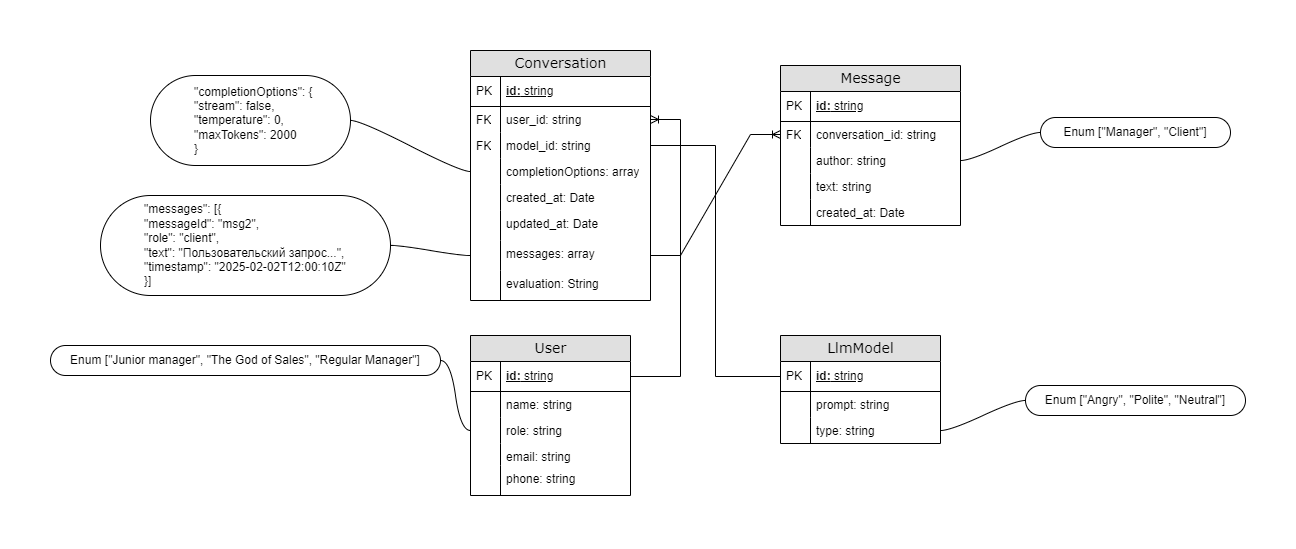
MikhaelKreslavskii/manager-trainee keeps this draw.io diagram as Docs/Diagrams/ER-diagram DB.png. Above is the earlier version. Source tidied: cells renumbered, new cells last; positions are measured from the earlier drawing's top-left corner, leaving out a move shared by most shapes.
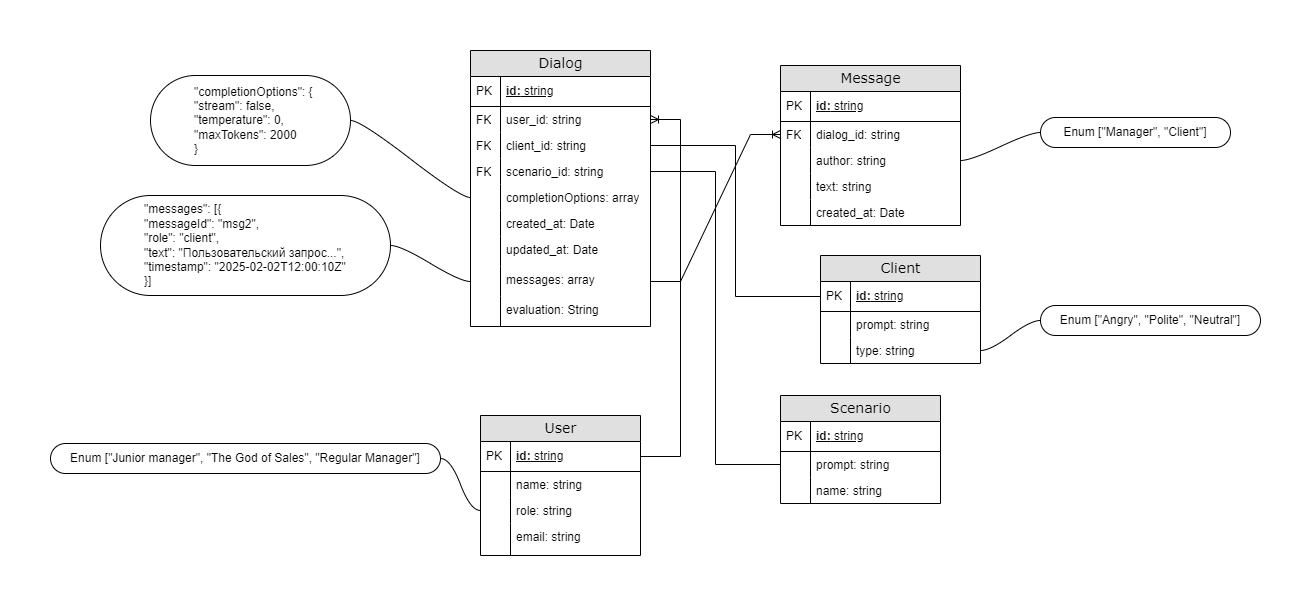
Above is the later version.

Commit message:
Updated ERD. Added new entities

The edit, as a diff of the source:
```diff
@@ -2,8 +2,8 @@
   <root>
     <mxCell id="0" />
     <mxCell id="1" parent="0" />
-    <mxCell id="2" value="Conversation" style="swimlane;html=1;fontStyle=0;horizontal=1;startSize=26;fillColor=#e0e0e0;swimlaneFillColor=#ffffff;align=center;rounded=0;shadow=0;comic=0;labelBackgroundColor=none;strokeWidth=1;fontFamily=Verdana;fontSize=14;" parent="1" vertex="1">
-      <mxGeometry x="420" width="180" height="250" as="geometry" />
+    <mxCell id="2" value="Dialog" style="swimlane;html=1;fontStyle=0;horizontal=1;startSize=26;fillColor=#e0e0e0;swimlaneFillColor=#ffffff;align=center;rounded=0;shadow=0;comic=0;labelBackgroundColor=none;strokeWidth=1;fontFamily=Verdana;fontSize=14;" parent="1" vertex="1">
+      <mxGeometry x="420" width="180" height="276" as="geometry" />
     </mxCell>
     <mxCell id="3" value="id:&lt;span style=&quot;font-weight: normal;&quot;&gt; string&lt;/span&gt;" style="shape=partialRectangle;top=0;left=0;right=0;bottom=1;html=1;align=left;verticalAlign=middle;fillColor=none;spacingLeft=34;spacingRight=4;whiteSpace=wrap;overflow=hidden;fontStyle=5;" parent="2" vertex="1">
       <mxGeometry y="26" width="180" height="30" as="geometry" />
@@ -17,38 +17,44 @@
     <mxCell id="6" value="FK" style="shape=partialRectangle;top=0;left=0;bottom=0;html=1;fillColor=none;align=left;verticalAlign=top;spacingLeft=4;spacingRight=4;whiteSpace=wrap;overflow=hidden;" parent="5" vertex="1">
       <mxGeometry width="30" height="26" as="geometry" />
     </mxCell>
-    <mxCell id="7" value="model_id: string" style="shape=partialRectangle;top=0;left=0;right=0;bottom=0;html=1;align=left;verticalAlign=top;fillColor=none;spacingLeft=34;spacingRight=4;whiteSpace=wrap;overflow=hidden;points=[[0,0.5],[1,0.5]];portConstraint=eastwest;" parent="2" vertex="1">
+    <mxCell id="7" value="client_id: string" style="shape=partialRectangle;top=0;left=0;right=0;bottom=0;html=1;align=left;verticalAlign=top;fillColor=none;spacingLeft=34;spacingRight=4;whiteSpace=wrap;overflow=hidden;points=[[0,0.5],[1,0.5]];portConstraint=eastwest;" parent="2" vertex="1">
       <mxGeometry y="82" width="180" height="26" as="geometry" />
     </mxCell>
     <mxCell id="8" value="FK" style="shape=partialRectangle;top=0;left=0;bottom=0;html=1;fillColor=none;align=left;verticalAlign=top;spacingLeft=4;spacingRight=4;whiteSpace=wrap;overflow=hidden;" parent="7" vertex="1">
       <mxGeometry width="30" height="26" as="geometry" />
     </mxCell>
+    <mxCell id="61" value="scenario_id: string" style="shape=partialRectangle;top=0;left=0;right=0;bottom=0;html=1;align=left;verticalAlign=top;fillColor=none;spacingLeft=34;spacingRight=4;whiteSpace=wrap;overflow=hidden;points=[[0,0.5],[1,0.5]];portConstraint=eastwest;" parent="2" vertex="1">
+      <mxGeometry y="108" width="180" height="26" as="geometry" />
+    </mxCell>
+    <mxCell id="62" value="FK" style="shape=partialRectangle;top=0;left=0;bottom=0;html=1;fillColor=none;align=left;verticalAlign=top;spacingLeft=4;spacingRight=4;whiteSpace=wrap;overflow=hidden;" parent="61" vertex="1">
+      <mxGeometry width="30" height="26" as="geometry" />
+    </mxCell>
     <mxCell id="9" value="completionOptions: array" style="shape=partialRectangle;top=0;left=0;right=0;bottom=0;html=1;align=left;verticalAlign=top;fillColor=none;spacingLeft=34;spacingRight=4;whiteSpace=wrap;overflow=hidden;points=[[0,0.5],[1,0.5]];portConstraint=eastwest;" parent="2" vertex="1">
-      <mxGeometry y="108" width="180" height="26" as="geometry" />
+      <mxGeometry y="134" width="180" height="26" as="geometry" />
     </mxCell>
     <mxCell id="10" style="shape=partialRectangle;top=0;left=0;bottom=0;html=1;fillColor=none;align=left;verticalAlign=top;spacingLeft=4;spacingRight=4;whiteSpace=wrap;overflow=hidden;" parent="9" vertex="1">
       <mxGeometry width="30" height="26" as="geometry" />
     </mxCell>
     <mxCell id="11" value="created_at: Date" style="shape=partialRectangle;top=0;left=0;right=0;bottom=0;html=1;align=left;verticalAlign=top;fillColor=none;spacingLeft=34;spacingRight=4;whiteSpace=wrap;overflow=hidden;" parent="2" vertex="1">
-      <mxGeometry y="134" width="180" height="26" as="geometry" />
+      <mxGeometry y="160" width="180" height="26" as="geometry" />
     </mxCell>
     <mxCell id="12" style="shape=partialRectangle;top=0;left=0;bottom=0;html=1;fillColor=none;align=left;verticalAlign=top;spacingLeft=4;spacingRight=4;whiteSpace=wrap;overflow=hidden;" parent="11" vertex="1">
       <mxGeometry width="30" height="26" as="geometry" />
     </mxCell>
     <mxCell id="13" value="updated_at: Date" style="shape=partialRectangle;top=0;left=0;right=0;bottom=0;html=1;align=left;verticalAlign=top;fillColor=none;spacingLeft=34;spacingRight=4;whiteSpace=wrap;overflow=hidden;" parent="2" vertex="1">
-      <mxGeometry y="160" width="180" height="30" as="geometry" />
+      <mxGeometry y="186" width="180" height="30" as="geometry" />
     </mxCell>
     <mxCell id="14" style="shape=partialRectangle;top=0;left=0;bottom=0;html=1;fillColor=none;align=left;verticalAlign=top;spacingLeft=4;spacingRight=4;whiteSpace=wrap;overflow=hidden;" parent="13" vertex="1">
       <mxGeometry width="30" height="30" as="geometry" />
     </mxCell>
     <mxCell id="15" value="messages: array" style="shape=partialRectangle;top=0;left=0;right=0;bottom=0;html=1;align=left;verticalAlign=top;fillColor=none;spacingLeft=34;spacingRight=4;whiteSpace=wrap;overflow=hidden;points=[[0,0.5],[1,0.5]];portConstraint=eastwest;" parent="2" vertex="1">
-      <mxGeometry y="190" width="180" height="30" as="geometry" />
+      <mxGeometry y="216" width="180" height="30" as="geometry" />
     </mxCell>
     <mxCell id="16" style="shape=partialRectangle;top=0;left=0;bottom=0;html=1;fillColor=none;align=left;verticalAlign=top;spacingLeft=4;spacingRight=4;whiteSpace=wrap;overflow=hidden;" parent="15" vertex="1">
       <mxGeometry width="30" height="30" as="geometry" />
     </mxCell>
     <mxCell id="17" value="evaluation: String" style="shape=partialRectangle;top=0;left=0;right=0;bottom=0;html=1;align=left;verticalAlign=top;fillColor=none;spacingLeft=34;spacingRight=4;whiteSpace=wrap;overflow=hidden;" parent="2" vertex="1">
-      <mxGeometry y="220" width="180" height="30" as="geometry" />
+      <mxGeometry y="246" width="180" height="30" as="geometry" />
     </mxCell>
     <mxCell id="18" style="shape=partialRectangle;top=0;left=0;bottom=0;html=1;fillColor=none;align=left;verticalAlign=top;spacingLeft=4;spacingRight=4;whiteSpace=wrap;overflow=hidden;" parent="17" vertex="1">
       <mxGeometry width="30" height="30" as="geometry" />
@@ -62,7 +68,7 @@
     <mxCell id="21" value="PK" style="shape=partialRectangle;top=0;left=0;bottom=0;html=1;fillColor=none;align=left;verticalAlign=middle;spacingLeft=4;spacingRight=4;whiteSpace=wrap;overflow=hidden;" parent="20" vertex="1">
       <mxGeometry width="30" height="30" as="geometry" />
     </mxCell>
-    <mxCell id="22" value="conversation_id: string" style="shape=partialRectangle;top=0;left=0;right=0;bottom=0;html=1;align=left;verticalAlign=top;fillColor=none;spacingLeft=34;spacingRight=4;whiteSpace=wrap;overflow=hidden;points=[[0,0.5],[1,0.5]];portConstraint=eastwest;" parent="19" vertex="1">
+    <mxCell id="22" value="dialog_id: string" style="shape=partialRectangle;top=0;left=0;right=0;bottom=0;html=1;align=left;verticalAlign=top;fillColor=none;spacingLeft=34;spacingRight=4;whiteSpace=wrap;overflow=hidden;points=[[0,0.5],[1,0.5]];portConstraint=eastwest;" parent="19" vertex="1">
       <mxGeometry y="56" width="180" height="26" as="geometry" />
     </mxCell>
     <mxCell id="23" value="FK" style="shape=partialRectangle;top=0;left=0;bottom=0;html=1;fillColor=none;align=left;verticalAlign=top;spacingLeft=4;spacingRight=4;whiteSpace=wrap;overflow=hidden;" parent="22" vertex="1">
@@ -90,7 +96,7 @@
       <mxGeometry relative="1" as="geometry" />
     </mxCell>
     <mxCell id="31" value="User" style="swimlane;html=1;fontStyle=0;horizontal=1;startSize=26;fillColor=#e0e0e0;swimlaneFillColor=#ffffff;align=center;rounded=0;shadow=0;comic=0;labelBackgroundColor=none;strokeWidth=1;fontFamily=Verdana;fontSize=14;" parent="1" vertex="1">
-      <mxGeometry x="420" y="285" width="160" height="160" as="geometry" />
+      <mxGeometry x="430" y="365" width="160" height="140" as="geometry" />
     </mxCell>
     <mxCell id="32" value="id:&lt;span style=&quot;font-weight: normal;&quot;&gt; string&lt;/span&gt;" style="shape=partialRectangle;top=0;left=0;right=0;bottom=1;html=1;align=left;verticalAlign=middle;fillColor=none;spacingLeft=34;spacingRight=4;whiteSpace=wrap;overflow=hidden;points=[[0,0.5],[1,0.5]];portConstraint=eastwest;fontStyle=5;" parent="31" vertex="1">
       <mxGeometry y="26" width="160" height="30" as="geometry" />
@@ -111,17 +117,11 @@
       <mxGeometry width="30" height="26" as="geometry" />
     </mxCell>
     <mxCell id="38" value="email: string" style="shape=partialRectangle;top=0;left=0;right=0;bottom=0;html=1;align=left;verticalAlign=top;fillColor=none;spacingLeft=34;spacingRight=4;whiteSpace=wrap;overflow=hidden;" parent="31" vertex="1">
-      <mxGeometry y="108" width="160" height="22" as="geometry" />
+      <mxGeometry y="108" width="160" height="32" as="geometry" />
     </mxCell>
     <mxCell id="39" style="shape=partialRectangle;top=0;left=0;bottom=0;html=1;fillColor=none;align=left;verticalAlign=top;spacingLeft=4;spacingRight=4;whiteSpace=wrap;overflow=hidden;" parent="38" vertex="1">
-      <mxGeometry width="30" height="22" as="geometry" />
+      <mxGeometry width="30" height="32" as="geometry" />
     </mxCell>
-    <mxCell id="40" value="phone: string" style="shape=partialRectangle;top=0;left=0;right=0;bottom=0;html=1;align=left;verticalAlign=top;fillColor=none;spacingLeft=34;spacingRight=4;whiteSpace=wrap;overflow=hidden;" parent="31" vertex="1">
-      <mxGeometry y="130" width="160" height="30" as="geometry" />
-    </mxCell>
-    <mxCell id="41" style="shape=partialRectangle;top=0;left=0;bottom=0;html=1;fillColor=none;align=left;verticalAlign=top;spacingLeft=4;spacingRight=4;whiteSpace=wrap;overflow=hidden;" parent="40" vertex="1">
-      <mxGeometry width="30" height="30" as="geometry" />
-    </mxCell>
     <mxCell id="42" style="edgeStyle=entityRelationEdgeStyle;fontSize=12;html=1;endArrow=ERoneToMany;rounded=0;" parent="1" edge="1" source="32" target="5">
       <mxGeometry relative="1" as="geometry">
         <Array as="points">
@@ -139,7 +139,7 @@
       </mxGeometry>
     </mxCell>
     <mxCell id="43" value="Enum [&quot;Junior manager&quot;, &quot;&lt;span style=&quot;white-space-collapse: preserve;&quot;&gt;The &lt;/span&gt;&lt;span style=&quot;white-space-collapse: preserve;&quot; class=&quot;EzKURWReUAB5oZgtQNkl&quot;&gt;God&lt;/span&gt;&lt;span style=&quot;white-space-collapse: preserve;&quot;&gt; of &lt;/span&gt;&lt;span style=&quot;white-space-collapse: preserve;&quot; class=&quot;EzKURWReUAB5oZgtQNkl&quot;&gt;Sales&lt;/span&gt;&quot;, &quot;Regular Manager&lt;span style=&quot;background-color: transparent; color: light-dark(rgb(0, 0, 0), rgb(255, 255, 255));&quot;&gt;&quot;]&lt;/span&gt;" style="whiteSpace=wrap;html=1;rounded=1;arcSize=50;align=center;verticalAlign=middle;strokeWidth=1;spacing=4;newEdgeStyle={&quot;edgeStyle&quot;:&quot;entityRelationEdgeStyle&quot;,&quot;startArrow&quot;:&quot;none&quot;,&quot;endArrow&quot;:&quot;none&quot;,&quot;segment&quot;:10,&quot;curved&quot;:1,&quot;sourcePerimeterSpacing&quot;:0,&quot;targetPerimeterSpacing&quot;:0};" parent="1" vertex="1">
-      <mxGeometry y="295" width="390" height="30" as="geometry" />
+      <mxGeometry y="393" width="390" height="30" as="geometry" />
     </mxCell>
     <mxCell id="44" style="edgeStyle=entityRelationEdgeStyle;startArrow=none;endArrow=none;segment=10;curved=1;sourcePerimeterSpacing=0;targetPerimeterSpacing=0;rounded=0;" parent="1" edge="1" source="36" target="43">
       <mxGeometry relative="1" as="geometry" />
@@ -166,8 +166,8 @@
     <mxCell id="50" value="Enum [&quot;Manager&quot;, &quot;Client&quot;]" style="whiteSpace=wrap;html=1;rounded=1;arcSize=50;align=center;verticalAlign=middle;strokeWidth=1;spacing=4;newEdgeStyle={&quot;edgeStyle&quot;:&quot;entityRelationEdgeStyle&quot;,&quot;startArrow&quot;:&quot;none&quot;,&quot;endArrow&quot;:&quot;none&quot;,&quot;segment&quot;:10,&quot;curved&quot;:1,&quot;sourcePerimeterSpacing&quot;:0,&quot;targetPerimeterSpacing&quot;:0};" parent="1" vertex="1">
       <mxGeometry x="990" y="67" width="190" height="30" as="geometry" />
     </mxCell>
-    <mxCell id="51" value="LlmModel" style="swimlane;html=1;fontStyle=0;horizontal=1;startSize=26;fillColor=#e0e0e0;swimlaneFillColor=#ffffff;align=center;rounded=0;shadow=0;comic=0;labelBackgroundColor=none;strokeWidth=1;fontFamily=Verdana;fontSize=14;" parent="1" vertex="1">
-      <mxGeometry x="730" y="285" width="160" height="108" as="geometry" />
+    <mxCell id="51" value="Client" style="swimlane;html=1;fontStyle=0;horizontal=1;startSize=26;fillColor=#e0e0e0;swimlaneFillColor=#ffffff;align=center;rounded=0;shadow=0;comic=0;labelBackgroundColor=none;strokeWidth=1;fontFamily=Verdana;fontSize=14;" parent="1" vertex="1">
+      <mxGeometry x="770" y="205" width="160" height="108" as="geometry" />
     </mxCell>
     <mxCell id="52" value="id:&lt;span style=&quot;font-weight: normal;&quot;&gt; string&lt;/span&gt;" style="shape=partialRectangle;top=0;left=0;right=0;bottom=1;html=1;align=left;verticalAlign=middle;fillColor=none;spacingLeft=34;spacingRight=4;whiteSpace=wrap;overflow=hidden;points=[[0,0.5],[1,0.5]];portConstraint=eastwest;fontStyle=5;" parent="51" vertex="1">
       <mxGeometry y="26" width="160" height="30" as="geometry" />
@@ -194,7 +194,31 @@
       <mxGeometry relative="1" as="geometry" />
     </mxCell>
     <mxCell id="60" value="Enum [&quot;Angry&quot;, &quot;Polite&quot;, &quot;Neutral&quot;]" style="whiteSpace=wrap;html=1;rounded=1;arcSize=50;align=center;verticalAlign=middle;strokeWidth=1;spacing=4;newEdgeStyle={&quot;edgeStyle&quot;:&quot;entityRelationEdgeStyle&quot;,&quot;startArrow&quot;:&quot;none&quot;,&quot;endArrow&quot;:&quot;none&quot;,&quot;segment&quot;:10,&quot;curved&quot;:1,&quot;sourcePerimeterSpacing&quot;:0,&quot;targetPerimeterSpacing&quot;:0};" parent="1" vertex="1">
-      <mxGeometry x="975" y="335" width="220" height="30" as="geometry" />
+      <mxGeometry x="990" y="255" width="220" height="30" as="geometry" />
     </mxCell>
+    <mxCell id="63" value="Scenario" style="swimlane;html=1;fontStyle=0;horizontal=1;startSize=26;fillColor=#e0e0e0;swimlaneFillColor=#ffffff;align=center;rounded=0;shadow=0;comic=0;labelBackgroundColor=none;strokeWidth=1;fontFamily=Verdana;fontSize=14;" parent="1" vertex="1">
+      <mxGeometry x="730" y="345" width="160" height="108" as="geometry" />
+    </mxCell>
+    <mxCell id="64" value="id:&lt;span style=&quot;font-weight: normal;&quot;&gt; string&lt;/span&gt;" style="shape=partialRectangle;top=0;left=0;right=0;bottom=1;html=1;align=left;verticalAlign=middle;fillColor=none;spacingLeft=34;spacingRight=4;whiteSpace=wrap;overflow=hidden;fontStyle=5;" parent="63" vertex="1">
+      <mxGeometry y="26" width="160" height="30" as="geometry" />
+    </mxCell>
+    <mxCell id="65" value="PK" style="shape=partialRectangle;top=0;left=0;bottom=0;html=1;fillColor=none;align=left;verticalAlign=middle;spacingLeft=4;spacingRight=4;whiteSpace=wrap;overflow=hidden;" parent="64" vertex="1">
+      <mxGeometry width="30" height="30" as="geometry" />
+    </mxCell>
+    <mxCell id="66" value="prompt: string" style="shape=partialRectangle;top=0;left=0;right=0;bottom=0;html=1;align=left;verticalAlign=top;fillColor=none;spacingLeft=34;spacingRight=4;whiteSpace=wrap;overflow=hidden;points=[[0,0.5],[1,0.5]];portConstraint=eastwest;" parent="63" vertex="1">
+      <mxGeometry y="56" width="160" height="26" as="geometry" />
+    </mxCell>
+    <mxCell id="67" style="shape=partialRectangle;top=0;left=0;bottom=0;html=1;fillColor=none;align=left;verticalAlign=top;spacingLeft=4;spacingRight=4;whiteSpace=wrap;overflow=hidden;" parent="66" vertex="1">
+      <mxGeometry width="30" height="26" as="geometry" />
+    </mxCell>
+    <mxCell id="68" value="name: string" style="shape=partialRectangle;top=0;left=0;right=0;bottom=0;html=1;align=left;verticalAlign=top;fillColor=none;spacingLeft=34;spacingRight=4;whiteSpace=wrap;overflow=hidden;" parent="63" vertex="1">
+      <mxGeometry y="82" width="160" height="26" as="geometry" />
+    </mxCell>
+    <mxCell id="69" style="shape=partialRectangle;top=0;left=0;bottom=0;html=1;fillColor=none;align=left;verticalAlign=top;spacingLeft=4;spacingRight=4;whiteSpace=wrap;overflow=hidden;" parent="68" vertex="1">
+      <mxGeometry width="30" height="26" as="geometry" />
+    </mxCell>
+    <mxCell id="70" style="edgeStyle=orthogonalEdgeStyle;rounded=0;jettySize=auto;html=1;startArrow=none;startFill=0;endArrow=none;" parent="1" edge="1" source="66" target="61">
+      <mxGeometry relative="1" as="geometry" />
+    </mxCell>
   </root>
 </mxGraphModel>
```
